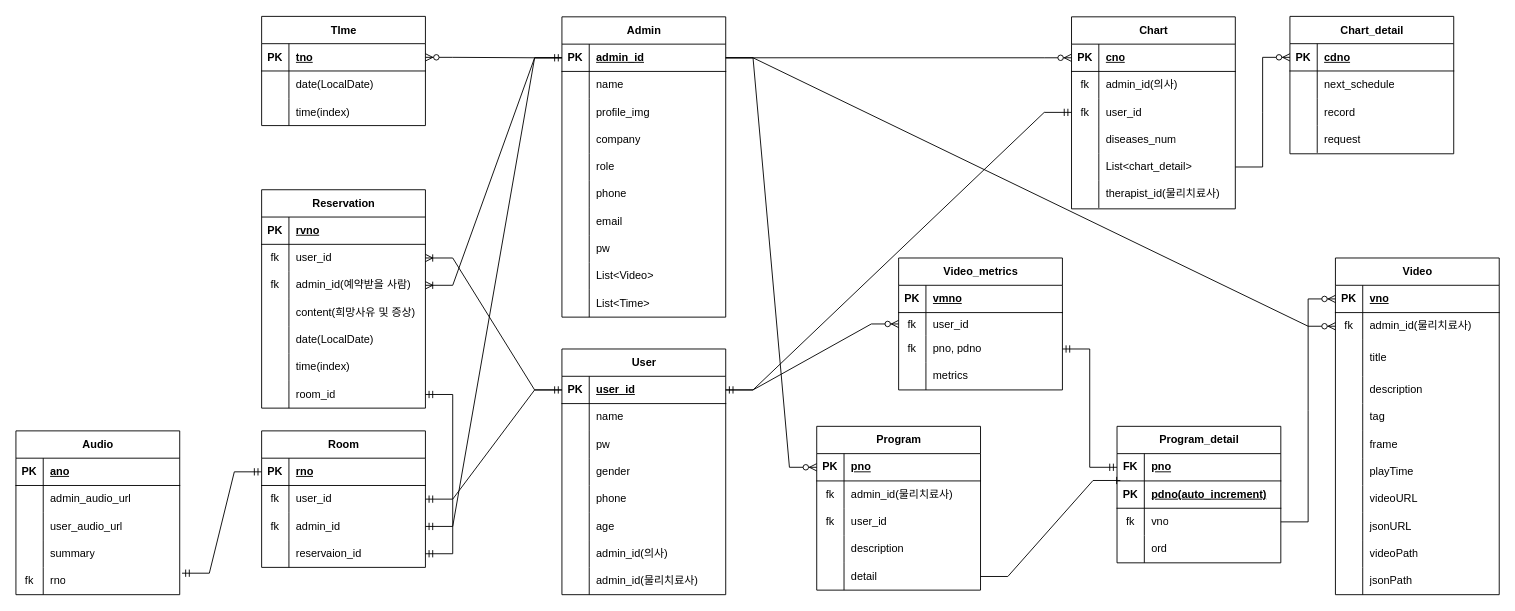
This is dbModeling.drawio from sync-without-async/Rehab-BackEnd, a draw.io file, before an edit. Source tidied: cells renumbered, new cells numbered last; positions are measured from the earlier drawing's top-left corner, leaving out a move shared by most shapes. Both pictures are drawn from the tidied source at 91%, with x=0, y=0 at pixel (15, 16).
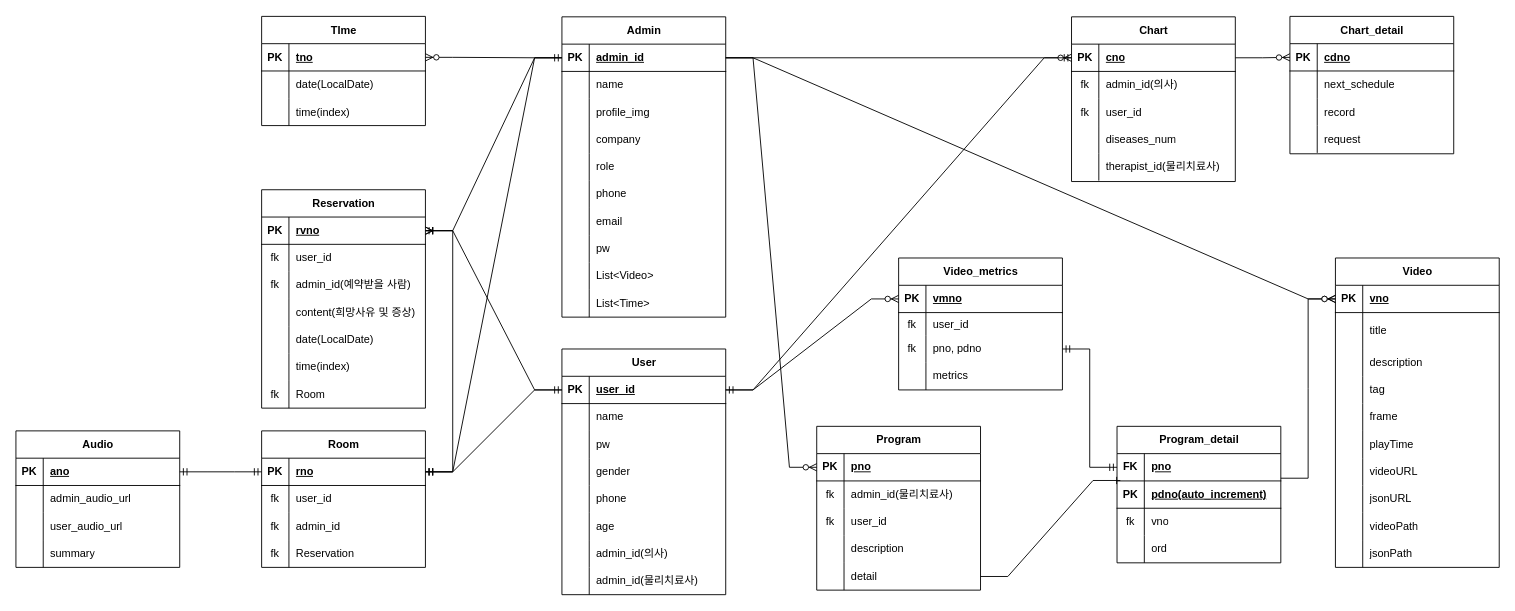
Above is the later version.

Commit message:
refactor : 스키마 정리

Unchanged cells that the change refers to:
```xml
<mxCell id="3" style="shape=tableRow;horizontal=0;startSize=0;swimlaneHead=0;swimlaneBody=0;fillColor=none;points=[[0,0.5],[1,0.5]];portConstraint=eastwest;top=0;left=0;right=0;bottom=1;" parent="2" vertex="1">
  <mxGeometry y="30" width="180" height="30" as="geometry" />
</mxCell>
<mxCell id="34" style="shape=tableRow;horizontal=0;startSize=0;swimlaneHead=0;swimlaneBody=0;fillColor=none;points=[[0,0.5],[1,0.5]];portConstraint=eastwest;top=0;left=0;right=0;bottom=1;" parent="33" vertex="1">
  <mxGeometry y="30" width="180" height="30" as="geometry" />
</mxCell>
<mxCell id="59" style="shape=tableRow;horizontal=0;startSize=0;swimlaneHead=0;swimlaneBody=0;fillColor=none;points=[[0,0.5],[1,0.5]];portConstraint=eastwest;top=0;left=0;right=0;bottom=1;" parent="58" vertex="1">
  <mxGeometry y="30" width="180" height="30" as="geometry" />
</mxCell>
<mxCell id="65" style="shape=tableRow;horizontal=0;startSize=0;swimlaneHead=0;swimlaneBody=0;fillColor=none;points=[[0,0.5],[1,0.5]];portConstraint=eastwest;top=0;left=0;right=0;bottom=0;" parent="58" vertex="1">
  <mxGeometry y="90" width="180" height="30" as="geometry" />
</mxCell>
<mxCell id="80" style="shape=tableRow;horizontal=0;startSize=0;swimlaneHead=0;swimlaneBody=0;fillColor=none;points=[[0,0.5],[1,0.5]];portConstraint=eastwest;top=0;left=0;right=0;bottom=1;" parent="79" vertex="1">
  <mxGeometry y="30" width="180" height="30" as="geometry" />
</mxCell>
<mxCell id="117" style="shape=tableRow;horizontal=0;startSize=0;swimlaneHead=0;swimlaneBody=0;fillColor=none;points=[[0,0.5],[1,0.5]];portConstraint=eastwest;top=0;left=0;right=0;bottom=0;" parent="110" vertex="1">
  <mxGeometry y="90" width="180" height="30" as="geometry" />
</mxCell>
<mxCell id="125" style="shape=tableRow;horizontal=0;startSize=0;swimlaneHead=0;swimlaneBody=0;fillColor=none;points=[[0,0.5],[1,0.5]];portConstraint=eastwest;top=0;left=0;right=0;bottom=1;" parent="124" vertex="1">
  <mxGeometry y="30" width="180" height="30" as="geometry" />
</mxCell>
<mxCell id="161" style="shape=tableRow;horizontal=0;startSize=0;swimlaneHead=0;swimlaneBody=0;fillColor=none;points=[[0,0.5],[1,0.5]];portConstraint=eastwest;top=0;left=0;right=0;bottom=1;" parent="160" vertex="1">
  <mxGeometry y="30" width="180" height="30" as="geometry" />
</mxCell>
<mxCell id="164" style="shape=tableRow;horizontal=0;startSize=0;swimlaneHead=0;swimlaneBody=0;fillColor=none;points=[[0,0.5],[1,0.5]];portConstraint=eastwest;top=0;left=0;right=0;bottom=0;" parent="160" vertex="1">
  <mxGeometry y="60" width="180" height="25" as="geometry" />
</mxCell>
<mxCell id="175" style="shape=tableRow;horizontal=0;startSize=0;swimlaneHead=0;swimlaneBody=0;fillColor=none;points=[[0,0.5],[1,0.5]];portConstraint=eastwest;top=0;left=0;right=0;bottom=1;" parent="174" vertex="1">
  <mxGeometry y="30" width="180" height="30" as="geometry" />
</mxCell>
<mxCell id="178" style="shape=tableRow;horizontal=0;startSize=0;swimlaneHead=0;swimlaneBody=0;fillColor=none;points=[[0,0.5],[1,0.5]];portConstraint=eastwest;top=0;left=0;right=0;bottom=0;" parent="174" vertex="1">
  <mxGeometry y="60" width="180" height="30" as="geometry" />
</mxCell>
<mxCell id="181" style="shape=tableRow;horizontal=0;startSize=0;swimlaneHead=0;swimlaneBody=0;fillColor=none;points=[[0,0.5],[1,0.5]];portConstraint=eastwest;top=0;left=0;right=0;bottom=0;" parent="174" vertex="1">
  <mxGeometry y="90" width="180" height="30" as="geometry" />
</mxCell>
<mxCell id="184" style="shape=tableRow;horizontal=0;startSize=0;swimlaneHead=0;swimlaneBody=0;fillColor=none;points=[[0,0.5],[1,0.5]];portConstraint=eastwest;top=0;left=0;right=0;bottom=0;" parent="174" vertex="1">
  <mxGeometry y="120" width="180" height="30" as="geometry" />
</mxCell>
<mxCell id="188" style="shape=tableRow;horizontal=0;startSize=0;swimlaneHead=0;swimlaneBody=0;fillColor=none;points=[[0,0.5],[1,0.5]];portConstraint=eastwest;top=0;left=0;right=0;bottom=1;" parent="187" vertex="1">
  <mxGeometry y="30" width="180" height="30" as="geometry" />
</mxCell>
<mxCell id="191" style="shape=tableRow;horizontal=0;startSize=0;swimlaneHead=0;swimlaneBody=0;fillColor=none;points=[[0,0.5],[1,0.5]];portConstraint=eastwest;top=0;left=0;right=0;bottom=0;" parent="187" vertex="1">
  <mxGeometry y="60" width="180" height="30" as="geometry" />
</mxCell>
<mxCell id="194" style="shape=tableRow;horizontal=0;startSize=0;swimlaneHead=0;swimlaneBody=0;fillColor=none;points=[[0,0.5],[1,0.5]];portConstraint=eastwest;top=0;left=0;right=0;bottom=0;" parent="187" vertex="1">
  <mxGeometry y="90" width="180" height="30" as="geometry" />
</mxCell>
<mxCell id="206" style="shape=tableRow;horizontal=0;startSize=0;swimlaneHead=0;swimlaneBody=0;fillColor=none;points=[[0,0.5],[1,0.5]];portConstraint=eastwest;top=0;left=0;right=0;bottom=0;" parent="187" vertex="1">
  <mxGeometry y="210" width="180" height="30" as="geometry" />
</mxCell>
<mxCell id="214" style="shape=tableRow;horizontal=0;startSize=0;swimlaneHead=0;swimlaneBody=0;fillColor=none;points=[[0,0.5],[1,0.5]];portConstraint=eastwest;top=0;left=0;right=0;bottom=1;" parent="213" vertex="1">
  <mxGeometry y="30" width="180" height="30" as="geometry" />
</mxCell>
```

Diff of the diagram source:
```diff
@@
     <mxCell id="58" value="Chart" style="shape=table;startSize=30;childLayout=tableLayout;rowLines=0;fontStyle=1;align=center;html=1;" parent="1" vertex="1">
-      <mxGeometry x="1160" width="180" height="211" as="geometry" />
+      <mxGeometry x="1160" width="180" height="181" as="geometry" />
     </mxCell>
@@
-    <mxCell id="71" style="shape=tableRow;horizontal=0;startSize=0;swimlaneHead=0;swimlaneBody=0;fillColor=none;points=[[0,0.5],[1,0.5]];portConstraint=eastwest;top=0;left=0;right=0;bottom=0;" parent="58" vertex="1">
-      <mxGeometry y="150" width="180" height="30" as="geometry" />
-    </mxCell>
-    <mxCell id="72" style="shape=partialRectangle;fillColor=none;top=0;left=0;bottom=0;right=0;overflow=hidden;whiteSpace=wrap;html=1;" parent="71" vertex="1">
-      <mxGeometry width="30" height="30" as="geometry" />
-    </mxCell>
-    <mxCell id="73" value="List&amp;lt;chart_detail&amp;gt;" style="shape=partialRectangle;fillColor=none;top=0;left=0;bottom=0;right=0;align=left;spacingLeft=6;overflow=hidden;whiteSpace=wrap;html=1;" parent="71" vertex="1">
-      <mxGeometry x="30" width="150" height="30" as="geometry" />
-    </mxCell>
     <mxCell id="74" style="shape=tableRow;horizontal=0;startSize=0;swimlaneHead=0;swimlaneBody=0;fillColor=none;top=0;left=0;right=0;bottom=0;" parent="58" vertex="1">
-      <mxGeometry y="180" width="180" height="30" as="geometry" />
+      <mxGeometry y="150" width="180" height="30" as="geometry" />
     </mxCell>
@@
-    <mxCell id="78" style="edgeStyle=entityRelationEdgeStyle;fontSize=12;html=1;endArrow=ERmandOne;startArrow=ERmandOne;rounded=0;entryX=0;entryY=0.5;entryDx=0;entryDy=0;" parent="1" edge="1" source="34" target="65">
+    <mxCell id="78" style="edgeStyle=entityRelationEdgeStyle;fontSize=12;html=1;endArrow=ERmandOne;startArrow=ERmandOne;rounded=0;entryX=0;entryY=0.5;entryDx=0;entryDy=0;" parent="1" edge="1" source="34" target="59">
       <mxGeometry relative="1" as="geometry" />
     </mxCell>
@@
-    <mxCell id="92" style="edgeStyle=entityRelationEdgeStyle;fontSize=12;html=1;endArrow=ERzeroToMany;endFill=1;rounded=0;entryX=0;entryY=0.5;entryDx=0;entryDy=0;exitX=1;exitY=0.5;exitDx=0;exitDy=0;" parent="1" edge="1" source="71" target="80">
+    <mxCell id="92" style="edgeStyle=entityRelationEdgeStyle;fontSize=12;html=1;endArrow=ERzeroToMany;endFill=1;rounded=0;entryX=0;entryY=0.5;entryDx=0;entryDy=0;" parent="1" edge="1" source="59" target="80">
       <mxGeometry relative="1" as="geometry" />
     </mxCell>
@@
     <mxCell id="124" value="Video" style="shape=table;startSize=30;childLayout=tableLayout;rowLines=0;fontStyle=1;align=center;html=1;" parent="1" vertex="1">
-      <mxGeometry x="1450" y="265" width="180" height="370" as="geometry" />
+      <mxGeometry x="1450" y="265" width="180" height="340" as="geometry" />
     </mxCell>
@@
-    <mxCell id="128" style="shape=tableRow;horizontal=0;startSize=0;swimlaneHead=0;swimlaneBody=0;fillColor=none;points=[[0,0.5],[1,0.5]];portConstraint=eastwest;top=0;left=0;right=0;bottom=0;" parent="124" vertex="1">
-      <mxGeometry y="60" width="180" height="30" as="geometry" />
-    </mxCell>
-    <mxCell id="129" value="fk" style="shape=partialRectangle;fillColor=none;top=0;left=0;bottom=0;right=0;overflow=hidden;whiteSpace=wrap;html=1;" parent="128" vertex="1">
-      <mxGeometry width="30" height="30" as="geometry" />
-    </mxCell>
-    <mxCell id="130" value="admin_id(물리치료사)" style="shape=partialRectangle;fillColor=none;top=0;left=0;bottom=0;right=0;align=left;spacingLeft=6;overflow=hidden;whiteSpace=wrap;html=1;" parent="128" vertex="1">
-      <mxGeometry x="30" width="150" height="30" as="geometry" />
-    </mxCell>
     <mxCell id="131" style="shape=tableRow;horizontal=0;startSize=0;swimlaneHead=0;swimlaneBody=0;fillColor=none;top=0;left=0;right=0;bottom=0;" parent="124" vertex="1">
-      <mxGeometry y="90" width="180" height="40" as="geometry" />
+      <mxGeometry y="60" width="180" height="40" as="geometry" />
     </mxCell>
@@
     <mxCell id="134" style="shape=tableRow;horizontal=0;startSize=0;swimlaneHead=0;swimlaneBody=0;fillColor=none;top=0;left=0;right=0;bottom=0;" parent="124" vertex="1">
-      <mxGeometry y="130" width="180" height="30" as="geometry" />
+      <mxGeometry y="100" width="180" height="30" as="geometry" />
     </mxCell>
@@
     <mxCell id="137" style="shape=tableRow;horizontal=0;startSize=0;swimlaneHead=0;swimlaneBody=0;fillColor=none;top=0;left=0;right=0;bottom=0;" parent="124" vertex="1">
-      <mxGeometry y="160" width="180" height="30" as="geometry" />
+      <mxGeometry y="130" width="180" height="30" as="geometry" />
     </mxCell>
@@
     <mxCell id="140" style="shape=tableRow;horizontal=0;startSize=0;swimlaneHead=0;swimlaneBody=0;fillColor=none;top=0;left=0;right=0;bottom=0;" parent="124" vertex="1">
-      <mxGeometry y="190" width="180" height="30" as="geometry" />
+      <mxGeometry y="160" width="180" height="30" as="geometry" />
     </mxCell>
@@
     <mxCell id="143" style="shape=tableRow;horizontal=0;startSize=0;swimlaneHead=0;swimlaneBody=0;fillColor=none;top=0;left=0;right=0;bottom=0;" parent="124" vertex="1">
-      <mxGeometry y="220" width="180" height="30" as="geometry" />
+      <mxGeometry y="190" width="180" height="30" as="geometry" />
     </mxCell>
@@
     <mxCell id="146" style="shape=tableRow;horizontal=0;startSize=0;swimlaneHead=0;swimlaneBody=0;fillColor=none;top=0;left=0;right=0;bottom=0;" parent="124" vertex="1">
-      <mxGeometry y="250" width="180" height="30" as="geometry" />
+      <mxGeometry y="220" width="180" height="30" as="geometry" />
     </mxCell>
@@
     <mxCell id="149" style="shape=tableRow;horizontal=0;startSize=0;swimlaneHead=0;swimlaneBody=0;fillColor=none;top=0;left=0;right=0;bottom=0;" parent="124" vertex="1">
-      <mxGeometry y="280" width="180" height="30" as="geometry" />
+      <mxGeometry y="250" width="180" height="30" as="geometry" />
     </mxCell>
@@
     <mxCell id="152" style="shape=tableRow;horizontal=0;startSize=0;swimlaneHead=0;swimlaneBody=0;fillColor=none;top=0;left=0;right=0;bottom=0;" parent="124" vertex="1">
-      <mxGeometry y="310" width="180" height="30" as="geometry" />
+      <mxGeometry y="280" width="180" height="30" as="geometry" />
     </mxCell>
@@
     <mxCell id="155" style="shape=tableRow;horizontal=0;startSize=0;swimlaneHead=0;swimlaneBody=0;fillColor=none;top=0;left=0;right=0;bottom=0;" parent="124" vertex="1">
-      <mxGeometry y="340" width="180" height="30" as="geometry" />
+      <mxGeometry y="310" width="180" height="30" as="geometry" />
     </mxCell>
@@
-    <mxCell id="158" style="edgeStyle=entityRelationEdgeStyle;fontSize=12;html=1;endArrow=ERzeroToMany;endFill=1;rounded=0;entryX=0;entryY=0.5;entryDx=0;entryDy=0;exitX=1;exitY=0.5;exitDx=0;exitDy=0;" parent="1" edge="1" source="117" target="125">
-      <mxGeometry relative="1" as="geometry" />
+    <mxCell id="158" style="edgeStyle=entityRelationEdgeStyle;fontSize=12;html=1;endArrow=ERzeroToMany;endFill=1;rounded=0;entryX=0;entryY=0.5;entryDx=0;entryDy=0;" parent="1" edge="1" target="125">
+      <mxGeometry relative="1" as="geometry">
+        <mxPoint x="1390" y="507" as="sourcePoint" />
+      </mxGeometry>
     </mxCell>
-    <mxCell id="159" style="edgeStyle=entityRelationEdgeStyle;fontSize=12;html=1;endArrow=ERzeroToMany;endFill=1;rounded=0;exitX=1;exitY=0.5;exitDx=0;exitDy=0;entryX=0;entryY=0.5;entryDx=0;entryDy=0;" parent="1" edge="1" source="3" target="128">
+    <mxCell id="159" style="edgeStyle=entityRelationEdgeStyle;fontSize=12;html=1;endArrow=ERzeroToMany;endFill=1;rounded=0;exitX=1;exitY=0.5;exitDx=0;exitDy=0;entryX=0;entryY=0.5;entryDx=0;entryDy=0;" parent="1" edge="1" source="3" target="125">
       <mxGeometry relative="1" as="geometry" />
     </mxCell>
@@
-    <mxCell id="173" style="edgeStyle=entityRelationEdgeStyle;fontSize=12;html=1;endArrow=ERzeroToMany;endFill=1;rounded=0;exitX=1;exitY=0.5;exitDx=0;exitDy=0;entryX=0;entryY=0.5;entryDx=0;entryDy=0;" parent="1" edge="1" source="34" target="164">
+    <mxCell id="173" style="edgeStyle=entityRelationEdgeStyle;fontSize=12;html=1;endArrow=ERzeroToMany;endFill=1;rounded=0;exitX=1;exitY=0.5;exitDx=0;exitDy=0;" parent="1" edge="1" source="34" target="161">
       <mxGeometry relative="1" as="geometry" />
     </mxCell>
@@
-    <mxCell id="185" style="shape=partialRectangle;fillColor=none;top=0;left=0;bottom=0;right=0;overflow=hidden;whiteSpace=wrap;html=1;" parent="184" vertex="1">
-      <mxGeometry width="30" height="30" as="geometry" />
-    </mxCell>
-    <mxCell id="186" value="reservaion_id" style="shape=partialRectangle;fillColor=none;top=0;left=0;bottom=0;right=0;align=left;spacingLeft=6;overflow=hidden;whiteSpace=wrap;html=1;" parent="184" vertex="1">
-      <mxGeometry x="30" width="150" height="30" as="geometry" />
-    </mxCell>
+    <mxCell id="243" value="fk" style="shape=partialRectangle;fillColor=none;top=0;left=0;bottom=0;right=0;overflow=hidden;whiteSpace=wrap;html=1;" parent="184" vertex="1">
+      <mxGeometry width="30" height="30" as="geometry" />
+    </mxCell>
+    <mxCell id="244" value="Reservation" style="shape=partialRectangle;fillColor=none;top=0;left=0;bottom=0;right=0;align=left;spacingLeft=6;overflow=hidden;whiteSpace=wrap;html=1;" parent="184" vertex="1">
+      <mxGeometry x="30" width="150" height="30" as="geometry" />
+    </mxCell>
@@
-    <mxCell id="207" style="shape=partialRectangle;fillColor=none;top=0;left=0;bottom=0;right=0;overflow=hidden;whiteSpace=wrap;html=1;" parent="206" vertex="1">
-      <mxGeometry width="30" height="30" as="geometry" />
-    </mxCell>
-    <mxCell id="208" value="room_id" style="shape=partialRectangle;fillColor=none;top=0;left=0;bottom=0;right=0;align=left;spacingLeft=6;overflow=hidden;whiteSpace=wrap;html=1;" parent="206" vertex="1">
-      <mxGeometry x="30" width="150" height="30" as="geometry" />
-    </mxCell>
+    <mxCell id="245" value="fk" style="shape=partialRectangle;fillColor=none;top=0;left=0;bottom=0;right=0;overflow=hidden;whiteSpace=wrap;html=1;" parent="206" vertex="1">
+      <mxGeometry width="30" height="30" as="geometry" />
+    </mxCell>
+    <mxCell id="246" value="Room" style="shape=partialRectangle;fillColor=none;top=0;left=0;bottom=0;right=0;align=left;spacingLeft=6;overflow=hidden;whiteSpace=wrap;html=1;" parent="206" vertex="1">
+      <mxGeometry x="30" width="150" height="30" as="geometry" />
+    </mxCell>
-    <mxCell id="209" style="edgeStyle=entityRelationEdgeStyle;fontSize=12;html=1;endArrow=ERoneToMany;rounded=0;entryX=1;entryY=0.5;entryDx=0;entryDy=0;" parent="1" edge="1" source="34" target="191">
+    <mxCell id="209" style="edgeStyle=entityRelationEdgeStyle;fontSize=12;html=1;endArrow=ERoneToMany;rounded=0;" parent="1" edge="1" source="34" target="188">
       <mxGeometry relative="1" as="geometry" />
     </mxCell>
-    <mxCell id="210" style="edgeStyle=entityRelationEdgeStyle;fontSize=12;html=1;endArrow=ERoneToMany;rounded=0;entryX=1;entryY=0.5;entryDx=0;entryDy=0;" parent="1" edge="1" source="3" target="194">
+    <mxCell id="210" style="edgeStyle=entityRelationEdgeStyle;fontSize=12;html=1;endArrow=ERoneToMany;rounded=0;" parent="1" edge="1" source="3" target="188">
       <mxGeometry relative="1" as="geometry" />
     </mxCell>
-    <mxCell id="211" style="edgeStyle=entityRelationEdgeStyle;fontSize=12;html=1;endArrow=ERmandOne;startArrow=ERmandOne;rounded=0;entryX=0;entryY=0.5;entryDx=0;entryDy=0;" parent="1" edge="1" source="181" target="3">
+    <mxCell id="211" style="edgeStyle=entityRelationEdgeStyle;fontSize=12;html=1;endArrow=ERmandOne;startArrow=ERmandOne;rounded=0;entryX=0;entryY=0.5;entryDx=0;entryDy=0;" parent="1" edge="1" source="175" target="3">
       <mxGeometry relative="1" as="geometry" />
     </mxCell>
-    <mxCell id="212" style="edgeStyle=entityRelationEdgeStyle;fontSize=12;html=1;endArrow=ERmandOne;startArrow=ERmandOne;rounded=0;exitX=0;exitY=0.5;exitDx=0;exitDy=0;" parent="1" edge="1" source="34" target="178">
+    <mxCell id="212" style="edgeStyle=entityRelationEdgeStyle;fontSize=12;html=1;endArrow=ERmandOne;startArrow=ERmandOne;rounded=0;exitX=0;exitY=0.5;exitDx=0;exitDy=0;" parent="1" edge="1" source="34" target="175">
       <mxGeometry relative="1" as="geometry" />
     </mxCell>
     <mxCell id="213" value="Audio" style="shape=table;startSize=30;childLayout=tableLayout;rowLines=0;fontStyle=1;align=center;html=1;" parent="1" vertex="1">
-      <mxGeometry y="455" width="180" height="180" as="geometry" />
+      <mxGeometry y="455" width="180" height="150" as="geometry" />
     </mxCell>
@@
-    <mxCell id="226" style="shape=tableRow;horizontal=0;startSize=0;swimlaneHead=0;swimlaneBody=0;fillColor=none;points=[[0,0.5],[1,0.5]];portConstraint=eastwest;top=0;left=0;right=0;bottom=0;" parent="213" vertex="1">
-      <mxGeometry y="150" width="180" height="30" as="geometry" />
-    </mxCell>
-    <mxCell id="227" value="fk" style="shape=partialRectangle;fillColor=none;top=0;left=0;bottom=0;right=0;overflow=hidden;whiteSpace=wrap;html=1;" parent="226" vertex="1">
-      <mxGeometry width="30" height="30" as="geometry" />
-    </mxCell>
-    <mxCell id="228" value="rno" style="shape=partialRectangle;fillColor=none;top=0;left=0;bottom=0;right=0;align=left;spacingLeft=6;overflow=hidden;whiteSpace=wrap;html=1;" parent="226" vertex="1">
-      <mxGeometry x="30" width="150" height="30" as="geometry" />
-    </mxCell>
-    <mxCell id="229" style="edgeStyle=entityRelationEdgeStyle;fontSize=12;html=1;endArrow=ERmandOne;startArrow=ERmandOne;rounded=0;exitX=0;exitY=0.5;exitDx=0;exitDy=0;entryX=1.014;entryY=0.213;entryDx=0;entryDy=0;entryPerimeter=0;" parent="1" edge="1" source="175" target="226">
+    <mxCell id="229" style="edgeStyle=entityRelationEdgeStyle;fontSize=12;html=1;endArrow=ERmandOne;startArrow=ERmandOne;rounded=0;exitX=0;exitY=0.5;exitDx=0;exitDy=0;" parent="1" edge="1" source="175" target="214">
       <mxGeometry relative="1" as="geometry" />
     </mxCell>
@@
-    <mxCell id="242" style="edgeStyle=entityRelationEdgeStyle;fontSize=12;html=1;endArrow=ERmandOne;startArrow=ERmandOne;rounded=0;entryX=1;entryY=0.5;entryDx=0;entryDy=0;" parent="1" edge="1" source="206" target="184">
+    <mxCell id="242" style="edgeStyle=entityRelationEdgeStyle;fontSize=12;html=1;endArrow=ERmandOne;startArrow=ERmandOne;rounded=0;" parent="1" edge="1" source="188" target="175">
       <mxGeometry relative="1" as="geometry">
         <Array as="points">
           <mxPoint x="100" y="250" />
         </Array>
       </mxGeometry>
     </mxCell>
```
